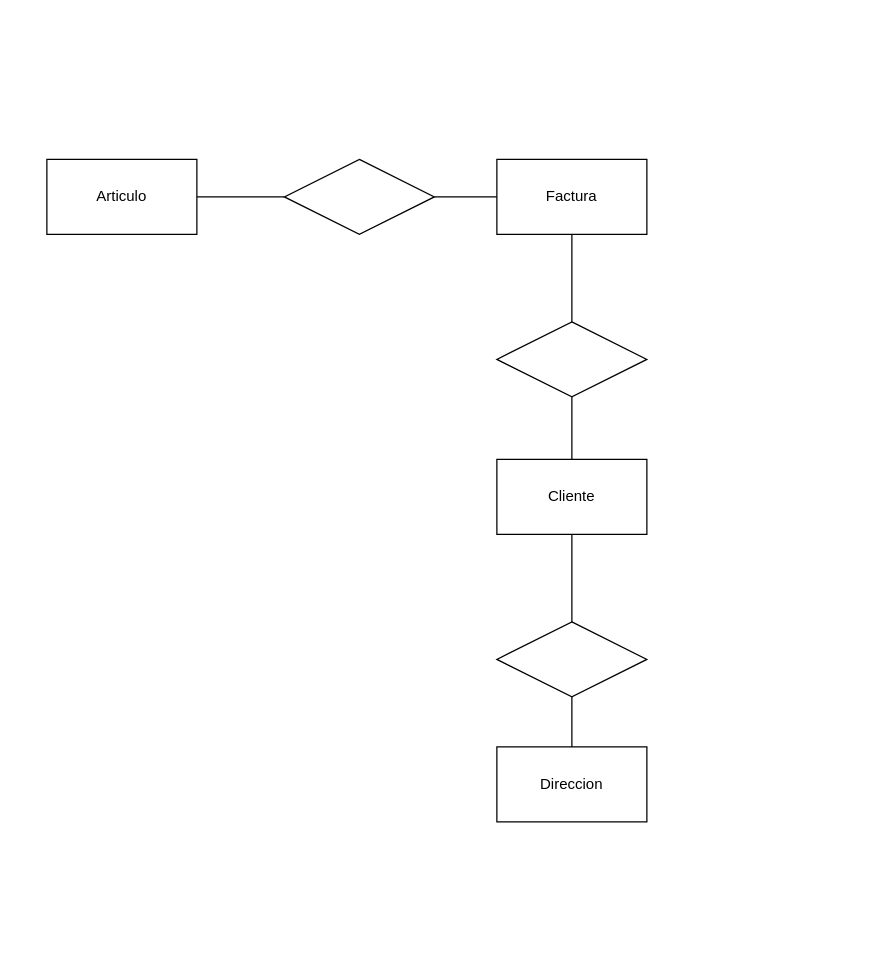
The draw.io diagram Unidad_4/Tareas/facturas/facturas.drawio in OxideVanadium/base_de_datos, before the edit. Source tidied: cells renumbered, new cells numbered last; positions are measured from the earlier drawing's top-left corner, leaving out a move shared by most shapes. Both pictures are drawn from the tidied source at 125%, with x=0, y=0 at pixel (46, 159).
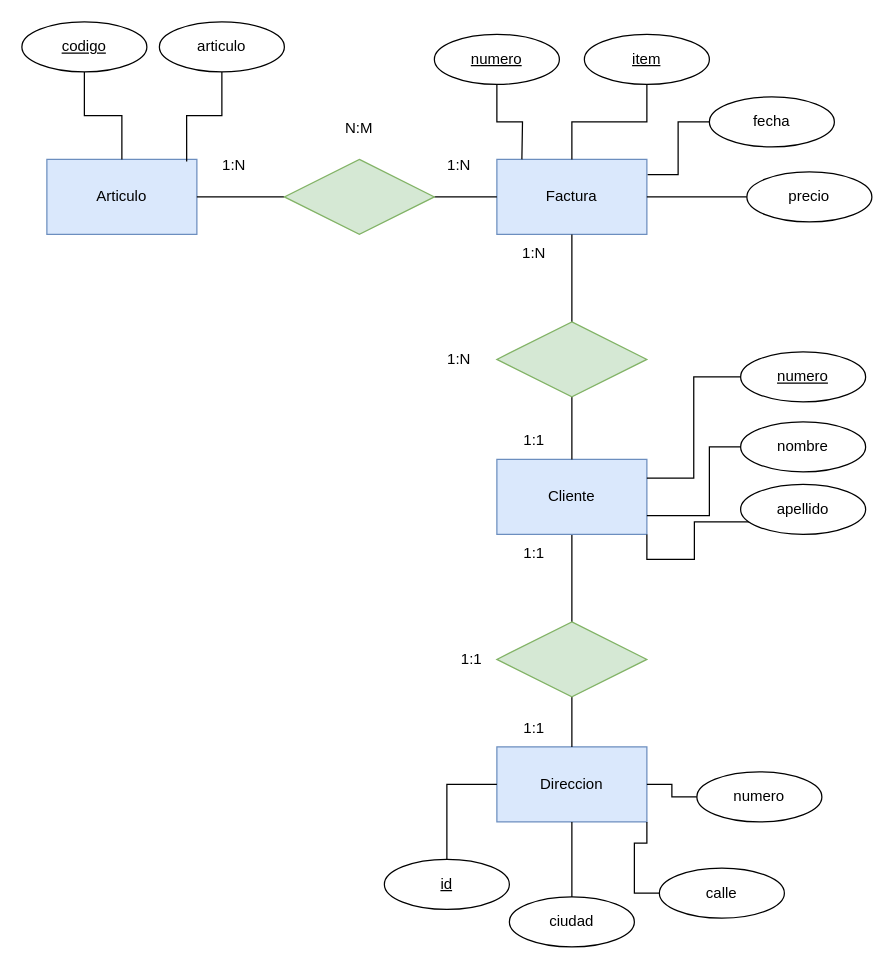
The same page after the edit.

Change to the diagram source:
```diff
@@
-    <mxCell id="2" value="&lt;div&gt;Factura&lt;/div&gt;" style="rounded=0;whiteSpace=wrap;html=1;" parent="1" vertex="1">
+    <mxCell id="2" value="&lt;div&gt;Factura&lt;/div&gt;" style="rounded=0;whiteSpace=wrap;html=1;fillColor=#dae8fc;strokeColor=#6c8ebf;" parent="1" vertex="1">
       <mxGeometry x="360" width="120" height="60" as="geometry" />
     </mxCell>
-    <mxCell id="3" value="Articulo" style="rounded=0;whiteSpace=wrap;html=1;" parent="1" vertex="1">
+    <mxCell id="3" value="Articulo" style="rounded=0;whiteSpace=wrap;html=1;fillColor=#dae8fc;strokeColor=#6c8ebf;" parent="1" vertex="1">
       <mxGeometry width="120" height="60" as="geometry" />
     </mxCell>
@@
-    <mxCell id="5" value="Cliente" style="rounded=0;whiteSpace=wrap;html=1;" parent="1" vertex="1">
+    <mxCell id="5" value="Cliente" style="rounded=0;whiteSpace=wrap;html=1;fillColor=#dae8fc;strokeColor=#6c8ebf;" parent="1" vertex="1">
       <mxGeometry x="360" y="240" width="120" height="60" as="geometry" />
     </mxCell>
-    <mxCell id="6" value="&lt;div&gt;Direccion&lt;/div&gt;" style="rounded=0;whiteSpace=wrap;html=1;" parent="1" vertex="1">
+    <mxCell id="6" value="&lt;div&gt;Direccion&lt;/div&gt;" style="rounded=0;whiteSpace=wrap;html=1;fillColor=#dae8fc;strokeColor=#6c8ebf;" parent="1" vertex="1">
       <mxGeometry x="360" y="470" width="120" height="60" as="geometry" />
     </mxCell>
@@
-    <mxCell id="9" style="shape=rhombus;perimeter=rhombusPerimeter;whiteSpace=wrap;html=1;align=center;" parent="1" vertex="1">
+    <mxCell id="9" style="shape=rhombus;perimeter=rhombusPerimeter;whiteSpace=wrap;html=1;align=center;fillColor=#d5e8d4;strokeColor=#82b366;" parent="1" vertex="1">
       <mxGeometry x="190" width="120" height="60" as="geometry" />
     </mxCell>
@@
-    <mxCell id="12" style="shape=rhombus;perimeter=rhombusPerimeter;whiteSpace=wrap;html=1;align=center;" parent="1" vertex="1">
+    <mxCell id="12" style="shape=rhombus;perimeter=rhombusPerimeter;whiteSpace=wrap;html=1;align=center;fillColor=#d5e8d4;strokeColor=#82b366;" parent="1" vertex="1">
       <mxGeometry x="360" y="130" width="120" height="60" as="geometry" />
     </mxCell>
@@
-    <mxCell id="14" style="shape=rhombus;perimeter=rhombusPerimeter;whiteSpace=wrap;html=1;align=center;" parent="1" vertex="1">
+    <mxCell id="14" style="shape=rhombus;perimeter=rhombusPerimeter;whiteSpace=wrap;html=1;align=center;fillColor=#d5e8d4;strokeColor=#82b366;" parent="1" vertex="1">
       <mxGeometry x="360" y="370" width="120" height="60" as="geometry" />
     </mxCell>
+    <mxCell id="15" value="numero" style="ellipse;whiteSpace=wrap;html=1;align=center;fontStyle=4;" parent="1" vertex="1">
+      <mxGeometry x="310" y="-100" width="100" height="40" as="geometry" />
+    </mxCell>
+    <mxCell id="16" style="edgeStyle=orthogonalEdgeStyle;rounded=0;jettySize=auto;html=1;entryX=0.5;entryY=0;entryDx=0;entryDy=0;endArrow=none;endFill=0;" parent="1" edge="1" source="17" target="2">
+      <mxGeometry relative="1" as="geometry" />
+    </mxCell>
+    <mxCell id="17" value="&lt;div&gt;item&lt;/div&gt;" style="ellipse;whiteSpace=wrap;html=1;align=center;fontStyle=4;" parent="1" vertex="1">
+      <mxGeometry x="430" y="-100" width="100" height="40" as="geometry" />
+    </mxCell>
+    <mxCell id="18" style="edgeStyle=orthogonalEdgeStyle;rounded=0;jettySize=auto;html=1;endArrow=none;endFill=0;" parent="1" edge="1" source="15">
+      <mxGeometry relative="1" as="geometry">
+        <mxPoint x="380" as="targetPoint" />
+      </mxGeometry>
+    </mxCell>
+    <mxCell id="19" value="fecha" style="ellipse;whiteSpace=wrap;html=1;align=center;" parent="1" vertex="1">
+      <mxGeometry x="530" y="-50" width="100" height="40" as="geometry" />
+    </mxCell>
+    <mxCell id="20" style="edgeStyle=orthogonalEdgeStyle;rounded=0;jettySize=auto;html=1;entryX=1;entryY=0.5;entryDx=0;entryDy=0;endArrow=none;endFill=0;" parent="1" edge="1" source="21" target="2">
+      <mxGeometry relative="1" as="geometry" />
+    </mxCell>
+    <mxCell id="21" value="precio" style="ellipse;whiteSpace=wrap;html=1;align=center;" parent="1" vertex="1">
+      <mxGeometry x="560" y="10" width="100" height="40" as="geometry" />
+    </mxCell>
+    <mxCell id="22" style="edgeStyle=orthogonalEdgeStyle;rounded=0;jettySize=auto;html=1;entryX=1.005;entryY=0.204;entryDx=0;entryDy=0;entryPerimeter=0;endArrow=none;endFill=0;" parent="1" edge="1" source="19" target="2">
+      <mxGeometry relative="1" as="geometry" />
+    </mxCell>
+    <mxCell id="23" style="edgeStyle=orthogonalEdgeStyle;rounded=0;jettySize=auto;html=1;endArrow=none;endFill=0;" parent="1" edge="1" source="24" target="3">
+      <mxGeometry relative="1" as="geometry" />
+    </mxCell>
+    <mxCell id="24" value="codigo" style="ellipse;whiteSpace=wrap;html=1;align=center;fontStyle=4;" parent="1" vertex="1">
+      <mxGeometry x="-20" y="-110" width="100" height="40" as="geometry" />
+    </mxCell>
+    <mxCell id="25" value="articulo" style="ellipse;whiteSpace=wrap;html=1;align=center;" parent="1" vertex="1">
+      <mxGeometry x="90" y="-110" width="100" height="40" as="geometry" />
+    </mxCell>
+    <mxCell id="26" style="edgeStyle=orthogonalEdgeStyle;rounded=0;jettySize=auto;html=1;entryX=0.932;entryY=0.029;entryDx=0;entryDy=0;entryPerimeter=0;endArrow=none;endFill=0;" parent="1" edge="1" source="25" target="3">
+      <mxGeometry relative="1" as="geometry" />
+    </mxCell>
+    <mxCell id="27" style="edgeStyle=orthogonalEdgeStyle;rounded=0;jettySize=auto;html=1;entryX=1;entryY=0.25;entryDx=0;entryDy=0;endArrow=none;endFill=0;" parent="1" edge="1" source="28" target="5">
+      <mxGeometry relative="1" as="geometry" />
+    </mxCell>
+    <mxCell id="28" value="numero" style="ellipse;whiteSpace=wrap;html=1;align=center;fontStyle=4;" parent="1" vertex="1">
+      <mxGeometry x="555" y="154" width="100" height="40" as="geometry" />
+    </mxCell>
+    <mxCell id="29" style="edgeStyle=orthogonalEdgeStyle;rounded=0;jettySize=auto;html=1;entryX=1;entryY=0.75;entryDx=0;entryDy=0;endArrow=none;endFill=0;" parent="1" edge="1" source="30" target="5">
+      <mxGeometry relative="1" as="geometry">
+        <Array as="points">
+          <mxPoint x="530" y="230" />
+          <mxPoint x="530" y="285" />
+        </Array>
+      </mxGeometry>
+    </mxCell>
+    <mxCell id="30" value="nombre" style="ellipse;whiteSpace=wrap;html=1;align=center;" parent="1" vertex="1">
+      <mxGeometry x="555" y="210" width="100" height="40" as="geometry" />
+    </mxCell>
+    <mxCell id="31" style="edgeStyle=orthogonalEdgeStyle;rounded=0;jettySize=auto;html=1;entryX=1;entryY=1;entryDx=0;entryDy=0;endArrow=none;endFill=0;" parent="1" edge="1" source="32" target="5">
+      <mxGeometry relative="1" as="geometry">
+        <Array as="points">
+          <mxPoint x="518" y="290" />
+          <mxPoint x="518" y="320" />
+          <mxPoint x="480" y="320" />
+        </Array>
+      </mxGeometry>
+    </mxCell>
+    <mxCell id="32" value="apellido" style="ellipse;whiteSpace=wrap;html=1;align=center;" parent="1" vertex="1">
+      <mxGeometry x="555" y="260" width="100" height="40" as="geometry" />
+    </mxCell>
+    <mxCell id="33" style="edgeStyle=orthogonalEdgeStyle;rounded=0;jettySize=auto;html=1;entryX=0;entryY=0.5;entryDx=0;entryDy=0;endArrow=none;endFill=0;" parent="1" edge="1" source="34" target="6">
+      <mxGeometry relative="1" as="geometry" />
+    </mxCell>
+    <mxCell id="34" value="id" style="ellipse;whiteSpace=wrap;html=1;align=center;fontStyle=4;" parent="1" vertex="1">
+      <mxGeometry x="270" y="560" width="100" height="40" as="geometry" />
+    </mxCell>
+    <mxCell id="35" style="edgeStyle=orthogonalEdgeStyle;rounded=0;jettySize=auto;html=1;endArrow=none;endFill=0;" parent="1" edge="1" source="36" target="6">
+      <mxGeometry relative="1" as="geometry" />
+    </mxCell>
+    <mxCell id="36" value="ciudad" style="ellipse;whiteSpace=wrap;html=1;align=center;" parent="1" vertex="1">
+      <mxGeometry x="370" y="590" width="100" height="40" as="geometry" />
+    </mxCell>
+    <mxCell id="37" style="edgeStyle=orthogonalEdgeStyle;rounded=0;jettySize=auto;html=1;entryX=1;entryY=1;entryDx=0;entryDy=0;endArrow=none;endFill=0;" parent="1" edge="1" source="38" target="6">
+      <mxGeometry relative="1" as="geometry" />
+    </mxCell>
+    <mxCell id="38" value="calle" style="ellipse;whiteSpace=wrap;html=1;align=center;" parent="1" vertex="1">
+      <mxGeometry x="490" y="567" width="100" height="40" as="geometry" />
+    </mxCell>
+    <mxCell id="39" style="edgeStyle=orthogonalEdgeStyle;rounded=0;jettySize=auto;html=1;endArrow=none;endFill=0;" parent="1" edge="1" source="40" target="6">
+      <mxGeometry relative="1" as="geometry" />
+    </mxCell>
+    <mxCell id="40" value="numero" style="ellipse;whiteSpace=wrap;html=1;align=center;" parent="1" vertex="1">
+      <mxGeometry x="520" y="490" width="100" height="40" as="geometry" />
+    </mxCell>
+    <mxCell id="41" value="1:N" style="text;html=1;strokeColor=none;fillColor=none;align=center;verticalAlign=middle;whiteSpace=wrap;rounded=0;" parent="1" vertex="1">
+      <mxGeometry x="300" y="-10" width="60" height="30" as="geometry" />
+    </mxCell>
+    <mxCell id="42" value="1:N" style="text;html=1;strokeColor=none;fillColor=none;align=center;verticalAlign=middle;whiteSpace=wrap;rounded=0;" parent="1" vertex="1">
+      <mxGeometry x="120" y="-10" width="60" height="30" as="geometry" />
+    </mxCell>
+    <mxCell id="43" value="N:M" style="text;html=1;strokeColor=none;fillColor=none;align=center;verticalAlign=middle;whiteSpace=wrap;rounded=0;" parent="1" vertex="1">
+      <mxGeometry x="220" y="-40" width="60" height="30" as="geometry" />
+    </mxCell>
+    <mxCell id="44" value="1:N" style="text;html=1;strokeColor=none;fillColor=none;align=center;verticalAlign=middle;whiteSpace=wrap;rounded=0;" parent="1" vertex="1">
+      <mxGeometry x="360" y="60" width="60" height="30" as="geometry" />
+    </mxCell>
+    <mxCell id="45" value="1:1" style="text;html=1;strokeColor=none;fillColor=none;align=center;verticalAlign=middle;whiteSpace=wrap;rounded=0;" parent="1" vertex="1">
+      <mxGeometry x="360" y="210" width="60" height="30" as="geometry" />
+    </mxCell>
+    <mxCell id="46" value="1:N" style="text;html=1;strokeColor=none;fillColor=none;align=center;verticalAlign=middle;whiteSpace=wrap;rounded=0;" parent="1" vertex="1">
+      <mxGeometry x="300" y="145" width="60" height="30" as="geometry" />
+    </mxCell>
+    <mxCell id="47" value="1:1" style="text;html=1;strokeColor=none;fillColor=none;align=center;verticalAlign=middle;whiteSpace=wrap;rounded=0;" parent="1" vertex="1">
+      <mxGeometry x="360" y="300" width="60" height="30" as="geometry" />
+    </mxCell>
+    <mxCell id="48" value="1:1" style="text;html=1;strokeColor=none;fillColor=none;align=center;verticalAlign=middle;whiteSpace=wrap;rounded=0;" parent="1" vertex="1">
+      <mxGeometry x="360" y="440" width="60" height="30" as="geometry" />
+    </mxCell>
+    <mxCell id="49" value="1:1" style="text;html=1;strokeColor=none;fillColor=none;align=center;verticalAlign=middle;whiteSpace=wrap;rounded=0;" parent="1" vertex="1">
+      <mxGeometry x="310" y="385" width="60" height="30" as="geometry" />
+    </mxCell>
```
